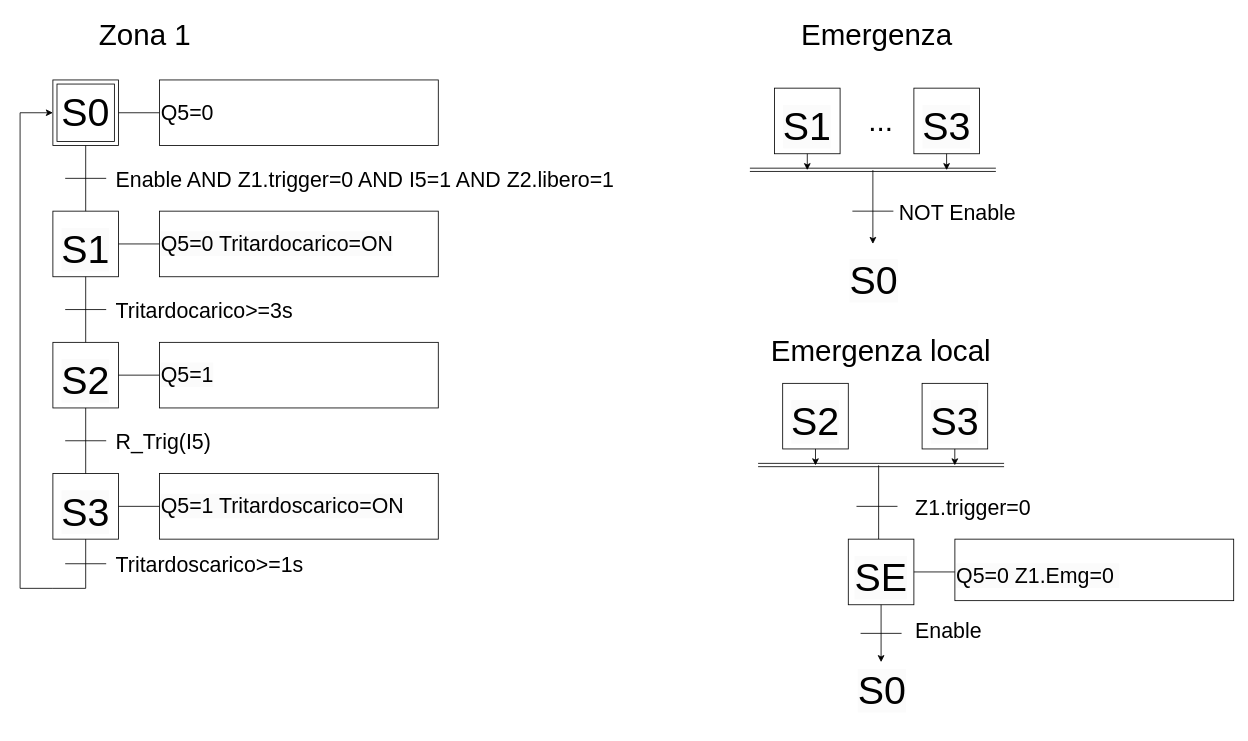
Before: page "Zona 1" (2 of 7) of grafcet.drawio in simonebroili/Ciclo-di-Lavorazione, a draw.io diagram. Source tidied: cells renumbered, new cells numbered last; positions are measured from the earlier drawing's top-left corner, leaving out a move shared by most shapes. Both pictures are drawn from the tidied source at 82%, with x=0, y=0 at pixel (20, 14).
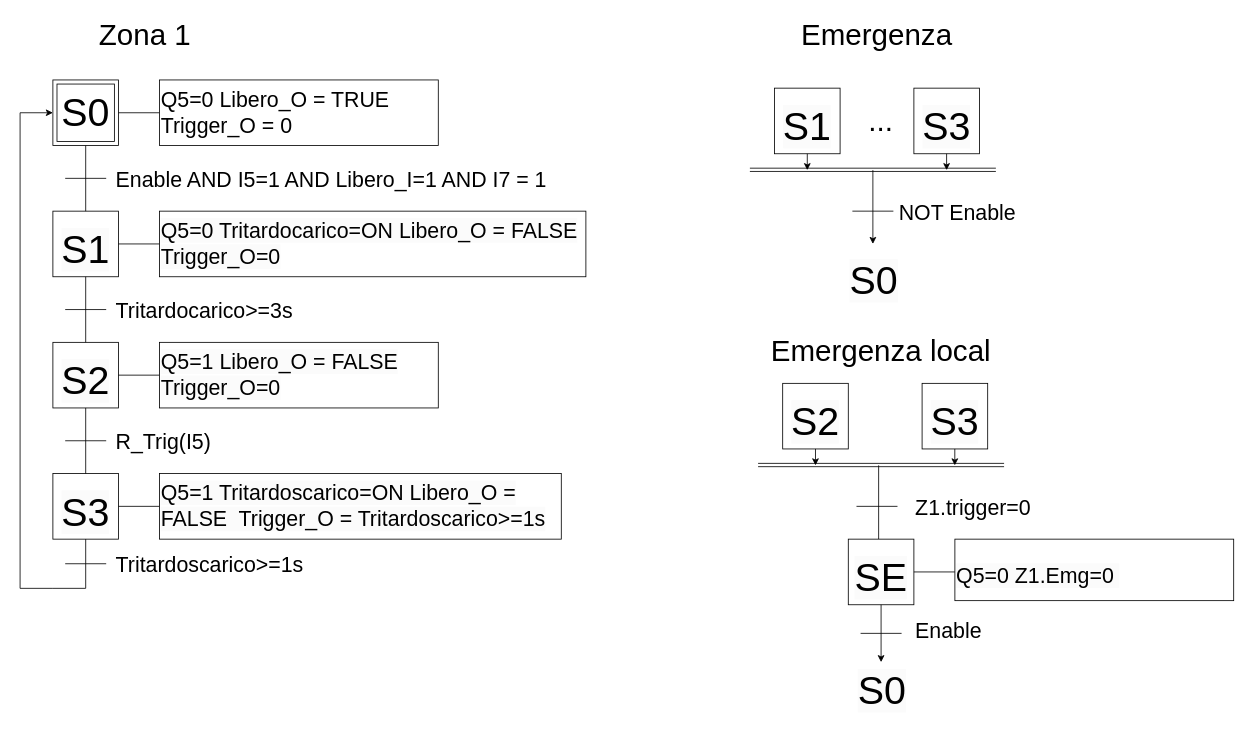
The same diagram, later.

Diff of the diagram source:
```diff
@@
-    <mxCell id="7" value="&lt;font style=&quot;font-size: 26px;&quot;&gt;Q5=0&lt;/font&gt;" style="rounded=0;whiteSpace=wrap;html=1;align=left;" parent="1" vertex="1">
+    <mxCell id="7" value="&lt;font style=&quot;font-size: 26px;&quot;&gt;Q5=0 Libero_O = TRUE Trigger_O = 0&lt;/font&gt;" style="rounded=0;whiteSpace=wrap;html=1;align=left;" parent="1" vertex="1">
       <mxGeometry x="170" y="80" width="340" height="80" as="geometry" />
     </mxCell>
@@
-    <mxCell id="9" value="&lt;span style=&quot;color: rgb(0, 0, 0); font-family: Helvetica; font-size: 26px; font-style: normal; font-variant-ligatures: normal; font-variant-caps: normal; font-weight: 400; letter-spacing: normal; orphans: 2; text-indent: 0px; text-transform: none; widows: 2; word-spacing: 0px; -webkit-text-stroke-width: 0px; background-color: rgb(251, 251, 251); text-decoration-thickness: initial; text-decoration-style: initial; text-decoration-color: initial; float: none; display: inline !important;&quot;&gt;Q5=0 Tritardocarico=ON&lt;/span&gt;" style="rounded=0;whiteSpace=wrap;html=1;align=left;" parent="1" vertex="1">
-      <mxGeometry x="170" y="240" width="340" height="80" as="geometry" />
+    <mxCell id="9" value="&lt;span style=&quot;color: rgb(0, 0, 0); font-family: Helvetica; font-size: 26px; font-style: normal; font-variant-ligatures: normal; font-variant-caps: normal; font-weight: 400; letter-spacing: normal; orphans: 2; text-indent: 0px; text-transform: none; widows: 2; word-spacing: 0px; -webkit-text-stroke-width: 0px; background-color: rgb(251, 251, 251); text-decoration-thickness: initial; text-decoration-style: initial; text-decoration-color: initial; float: none; display: inline !important;&quot;&gt;Q5=0 Tritardocarico=ON Libero_O = FALSE Trigger_O=0&lt;br&gt;&lt;/span&gt;" style="rounded=0;whiteSpace=wrap;html=1;align=left;" parent="1" vertex="1">
+      <mxGeometry x="170" y="240" width="520" height="80" as="geometry" />
     </mxCell>
@@
-    <mxCell id="11" value="&lt;span style=&quot;color: rgb(0, 0, 0); font-family: Helvetica; font-size: 26px; font-style: normal; font-variant-ligatures: normal; font-variant-caps: normal; font-weight: 400; letter-spacing: normal; orphans: 2; text-indent: 0px; text-transform: none; widows: 2; word-spacing: 0px; -webkit-text-stroke-width: 0px; background-color: rgb(251, 251, 251); text-decoration-thickness: initial; text-decoration-style: initial; text-decoration-color: initial; float: none; display: inline !important;&quot;&gt;Q5=1&lt;/span&gt;" style="rounded=0;whiteSpace=wrap;html=1;align=left;" parent="1" vertex="1">
+    <mxCell id="11" value="&lt;span style=&quot;color: rgb(0, 0, 0); font-family: Helvetica; font-size: 26px; font-style: normal; font-variant-ligatures: normal; font-variant-caps: normal; font-weight: 400; letter-spacing: normal; orphans: 2; text-indent: 0px; text-transform: none; widows: 2; word-spacing: 0px; -webkit-text-stroke-width: 0px; background-color: rgb(251, 251, 251); text-decoration-thickness: initial; text-decoration-style: initial; text-decoration-color: initial; float: none; display: inline !important;&quot;&gt;Q5=1 Libero_O = FALSE Trigger_O=0&lt;/span&gt;" style="rounded=0;whiteSpace=wrap;html=1;align=left;" parent="1" vertex="1">
       <mxGeometry x="170" y="400" width="340" height="80" as="geometry" />
     </mxCell>
@@
-    <mxCell id="15" value="&lt;span style=&quot;font-size: 26px;&quot;&gt;Enable AND Z1.trigger=0 AND I5=1 AND Z2.libero=1&lt;/span&gt;" style="text;whiteSpace=wrap;html=1;" parent="1" vertex="1">
+    <mxCell id="15" value="&lt;span style=&quot;font-size: 26px;&quot;&gt;Enable AND I5=1 AND Libero_I=1 AND I7 = 1&lt;br&gt;&lt;br&gt;&lt;/span&gt;" style="text;whiteSpace=wrap;html=1;" parent="1" vertex="1">
       <mxGeometry x="115" y="180" width="715" height="50" as="geometry" />
     </mxCell>
@@
-    <mxCell id="40" value="&lt;span style=&quot;color: rgb(0, 0, 0); font-family: Helvetica; font-size: 26px; font-style: normal; font-variant-ligatures: normal; font-variant-caps: normal; font-weight: 400; letter-spacing: normal; orphans: 2; text-indent: 0px; text-transform: none; widows: 2; word-spacing: 0px; -webkit-text-stroke-width: 0px; background-color: rgb(251, 251, 251); text-decoration-thickness: initial; text-decoration-style: initial; text-decoration-color: initial; float: none; display: inline !important;&quot;&gt;Q5=1 Tritardoscarico=ON&lt;/span&gt;" style="rounded=0;whiteSpace=wrap;html=1;align=left;" parent="1" vertex="1">
-      <mxGeometry x="170" y="560" width="340" height="80" as="geometry" />
+    <mxCell id="40" value="&lt;span style=&quot;color: rgb(0, 0, 0); font-family: Helvetica; font-size: 26px; font-style: normal; font-variant-ligatures: normal; font-variant-caps: normal; font-weight: 400; letter-spacing: normal; orphans: 2; text-indent: 0px; text-transform: none; widows: 2; word-spacing: 0px; -webkit-text-stroke-width: 0px; background-color: rgb(251, 251, 251); text-decoration-thickness: initial; text-decoration-style: initial; text-decoration-color: initial; float: none; display: inline !important;&quot;&gt;Q5=1 Tritardoscarico=ON Libero_O = FALSE&amp;nbsp; Trigger_O = Tritardoscarico&amp;gt;=1s&lt;/span&gt;" style="rounded=0;whiteSpace=wrap;html=1;align=left;" parent="1" vertex="1">
+      <mxGeometry x="170" y="560" width="490" height="80" as="geometry" />
     </mxCell>
```
